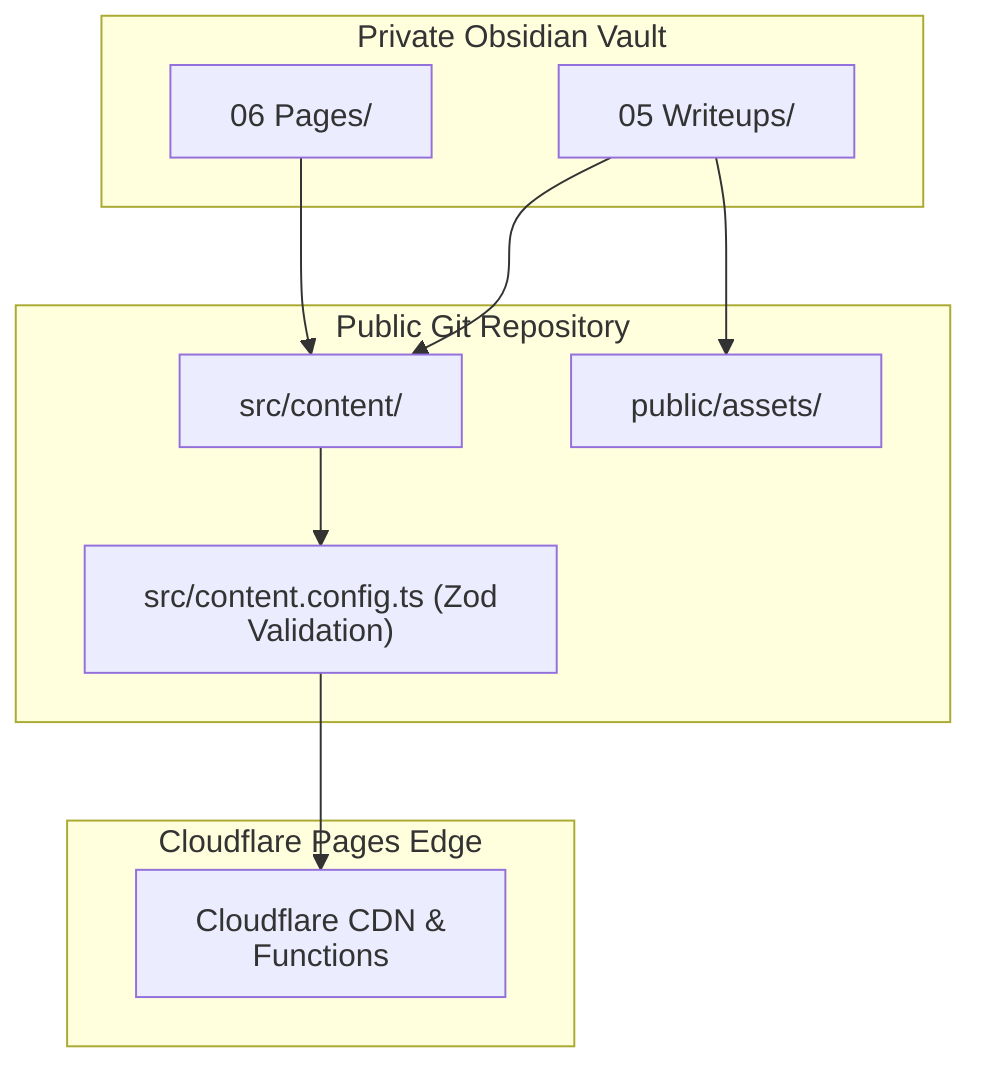
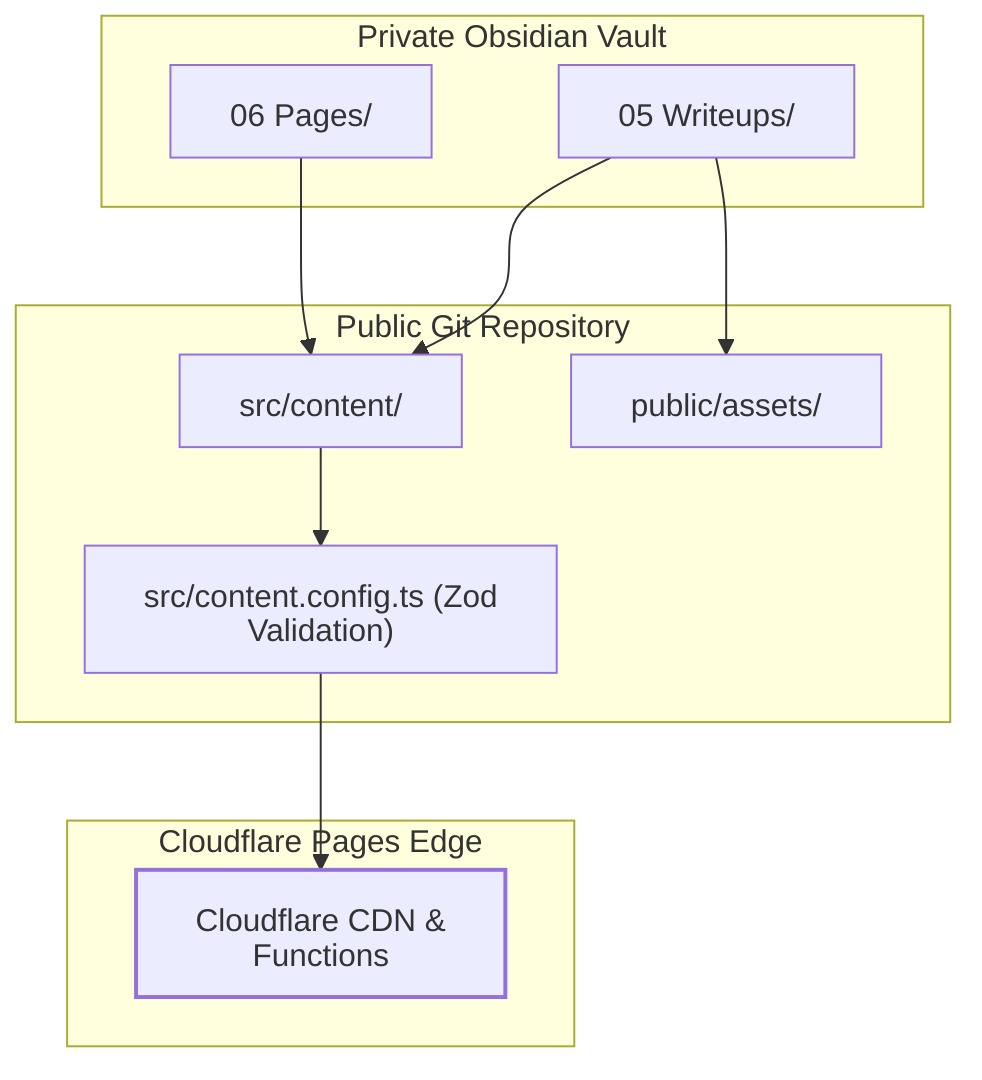
%%{init: { "htmlLabels": false } }%%
graph TD
    subgraph Vault ["Private Obsidian Vault"]
        VW["05 Writeups/"]
        VP["06 Pages/"]
    end

    subgraph Repo ["Public Git Repository"]
        SC["src/content/"]
        PA["public/assets/"]
        ZOD["src/content.config.ts (Zod Validation)"]
    end

    subgraph Edge ["Cloudflare Pages Edge"]
        CF["Cloudflare CDN & Functions"]
    end

    VP --> SC
    VW --> SC
    VW --> PA
    SC --> ZOD
    ZOD --> CF
+ 
+     %% the edge destination the content converges on
+     classDef anchor stroke-width:2px;
+     class CF anchor;
